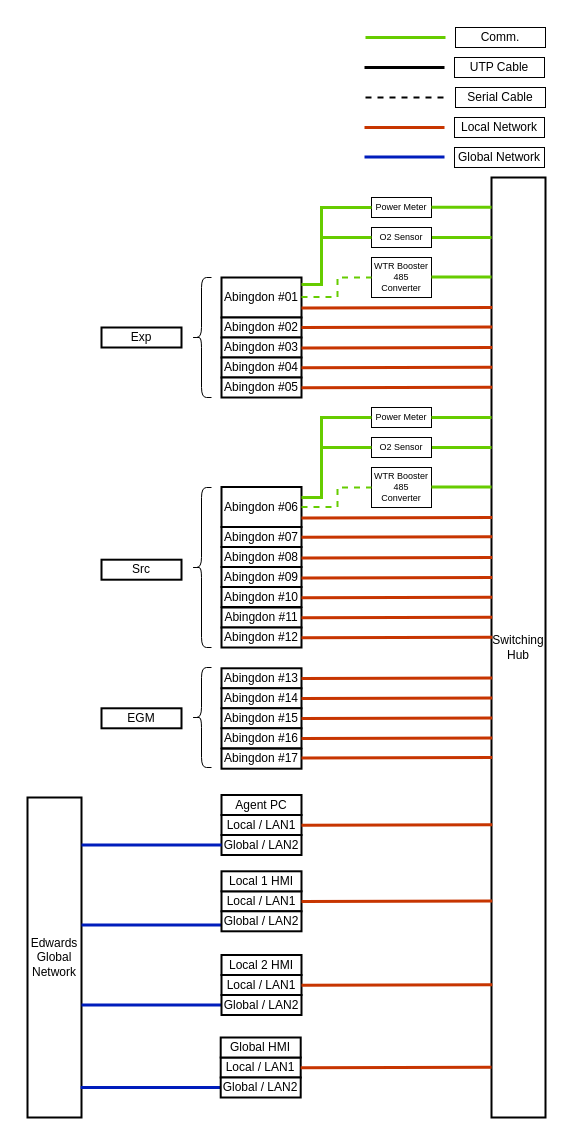
The draw.io diagram page "페이지-1" (1 of 2) of Gen4 TumaloTestRig Configuration.drawio in EdwardsKorea/CommonDrawIO, before the edit. Source tidied: cells renumbered, new cells numbered last; positions are measured from the earlier drawing's top-left corner, leaving out a move shared by most shapes. Both pictures are drawn from the tidied source at 100%, with x=0, y=0 at pixel (27, 27).
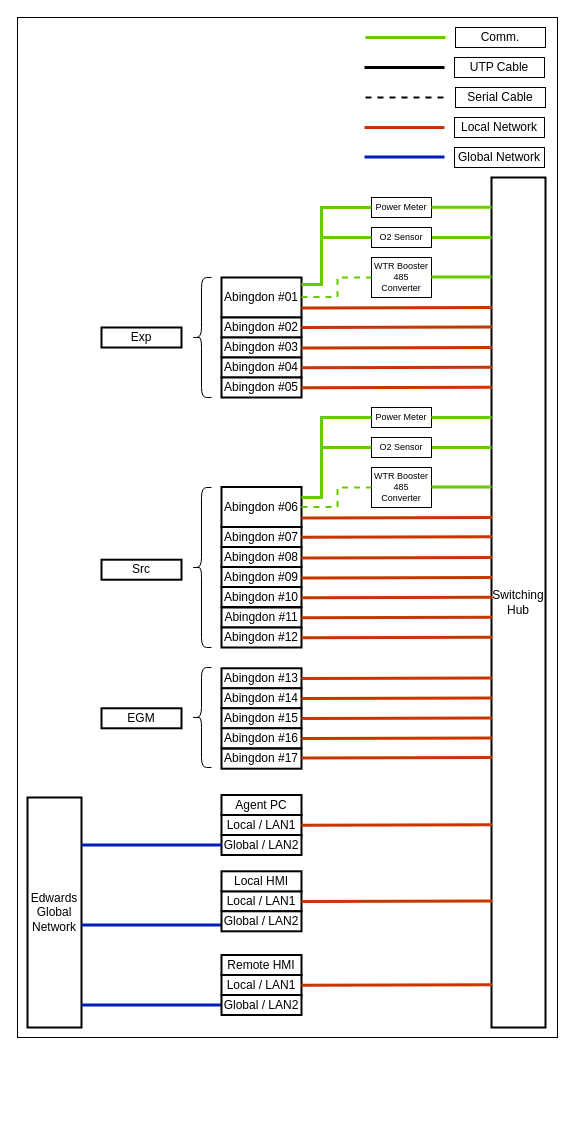
The same diagram, later.

What changed in the source:
```diff
@@
+    <mxCell id="92" style="rounded=0;whiteSpace=wrap;html=1;" parent="1" vertex="1">
+      <mxGeometry x="-10" y="-10" width="540" height="1020" as="geometry" />
+    </mxCell>
@@
     <mxCell id="6" value="Switching Hub" style="rounded=0;whiteSpace=wrap;html=1;align=center;verticalAlign=middle;strokeWidth=2;" parent="1" vertex="1">
-      <mxGeometry x="464" y="150" width="54" height="940" as="geometry" />
+      <mxGeometry x="464" y="150" width="54" height="850" as="geometry" />
     </mxCell>
@@
     <mxCell id="9" value="Edwards&lt;div&gt;Global&lt;br&gt;&lt;div&gt;Network&lt;/div&gt;&lt;/div&gt;" style="rounded=0;whiteSpace=wrap;html=1;align=center;verticalAlign=middle;strokeWidth=2;" parent="1" vertex="1">
-      <mxGeometry y="770" width="54" height="320" as="geometry" />
+      <mxGeometry y="770" width="54" height="230" as="geometry" />
     </mxCell>
@@
-    <mxCell id="38" value="Local 1 HMI" style="rounded=0;whiteSpace=wrap;html=1;align=center;verticalAlign=middle;strokeWidth=2;" parent="1" vertex="1">
+    <mxCell id="38" value="Local HMI" style="rounded=0;whiteSpace=wrap;html=1;align=center;verticalAlign=middle;strokeWidth=2;" parent="1" vertex="1">
       <mxGeometry x="194" y="843.8" width="80" height="20" as="geometry" />
     </mxCell>
@@
-    <mxCell id="41" value="Local 2 HMI" style="rounded=0;whiteSpace=wrap;html=1;align=center;verticalAlign=middle;strokeWidth=2;" parent="1" vertex="1">
+    <mxCell id="41" value="Remote HMI" style="rounded=0;whiteSpace=wrap;html=1;align=center;verticalAlign=middle;strokeWidth=2;" parent="1" vertex="1">
       <mxGeometry x="194" y="927.5" width="80" height="20" as="geometry" />
     </mxCell>
@@
-    <mxCell id="79" style="rounded=0;orthogonalLoop=1;jettySize=auto;html=1;entryX=1.001;entryY=0.957;entryDx=0;entryDy=0;entryPerimeter=0;strokeColor=#001DBC;strokeWidth=3;align=center;verticalAlign=middle;fontFamily=Helvetica;fontSize=12;fontColor=default;labelBackgroundColor=default;endArrow=none;endFill=0;fillColor=#0050ef;" parent="1" edge="1">
-      <mxGeometry relative="1" as="geometry">
-        <mxPoint x="193.2" y="1059.9" as="sourcePoint" />
-        <mxPoint x="53.2" y="1059.9" as="targetPoint" />
-      </mxGeometry>
-    </mxCell>
-    <mxCell id="80" value="Local / LAN1" style="rounded=0;whiteSpace=wrap;html=1;align=center;verticalAlign=middle;strokeWidth=2;" parent="1" vertex="1">
-      <mxGeometry x="193.2" y="1030" width="80" height="20" as="geometry" />
-    </mxCell>
-    <mxCell id="81" value="Global / LAN2" style="rounded=0;whiteSpace=wrap;html=1;align=center;verticalAlign=middle;strokeWidth=2;" parent="1" vertex="1">
-      <mxGeometry x="193.2" y="1050" width="80" height="20" as="geometry" />
-    </mxCell>
-    <mxCell id="82" value="Global HMI" style="rounded=0;whiteSpace=wrap;html=1;align=center;verticalAlign=middle;strokeWidth=2;" parent="1" vertex="1">
-      <mxGeometry x="193.2" y="1010" width="80" height="20" as="geometry" />
-    </mxCell>
-    <mxCell id="83" style="rounded=0;orthogonalLoop=1;jettySize=auto;html=1;entryX=0.014;entryY=0.113;entryDx=0;entryDy=0;entryPerimeter=0;endArrow=none;endFill=0;strokeColor=#C73500;strokeWidth=3;align=center;verticalAlign=middle;fontFamily=Helvetica;fontSize=11;fontColor=default;labelBackgroundColor=default;fillColor=#fa6800;" parent="1" edge="1">
-      <mxGeometry relative="1" as="geometry">
-        <mxPoint x="273.2" y="1040.3" as="sourcePoint" />
-        <mxPoint x="464" y="1039.7" as="targetPoint" />
-      </mxGeometry>
-    </mxCell>
```
